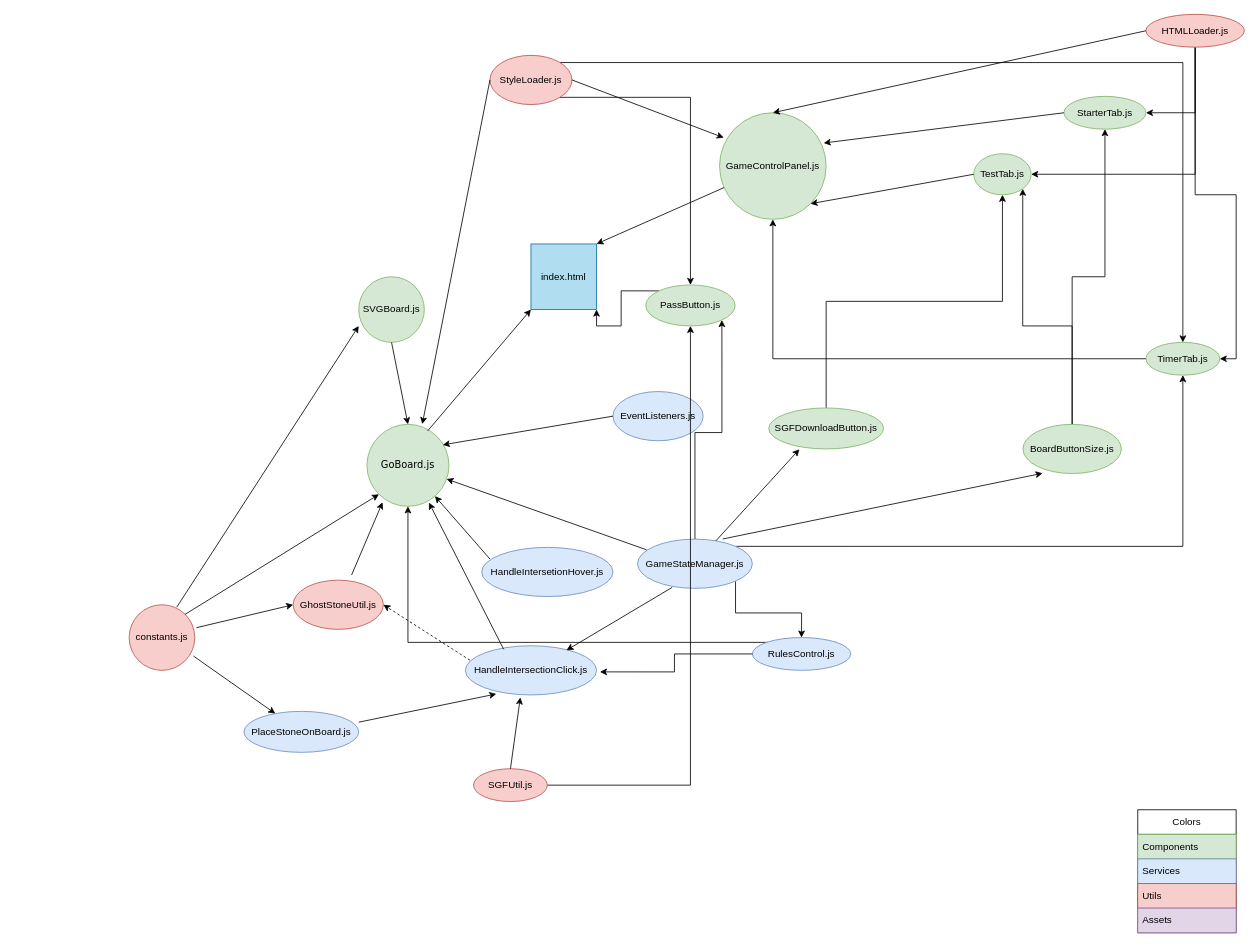
Before: WebGo.drawio in enokiLucas/Diagrams, a draw.io diagram. Source tidied: cells renumbered, new cells numbered last; positions are measured from the earlier drawing's top-left corner, leaving out a move shared by most shapes. Both pictures are drawn from the tidied source at 82%, with x=0, y=0 at pixel (129, 14).
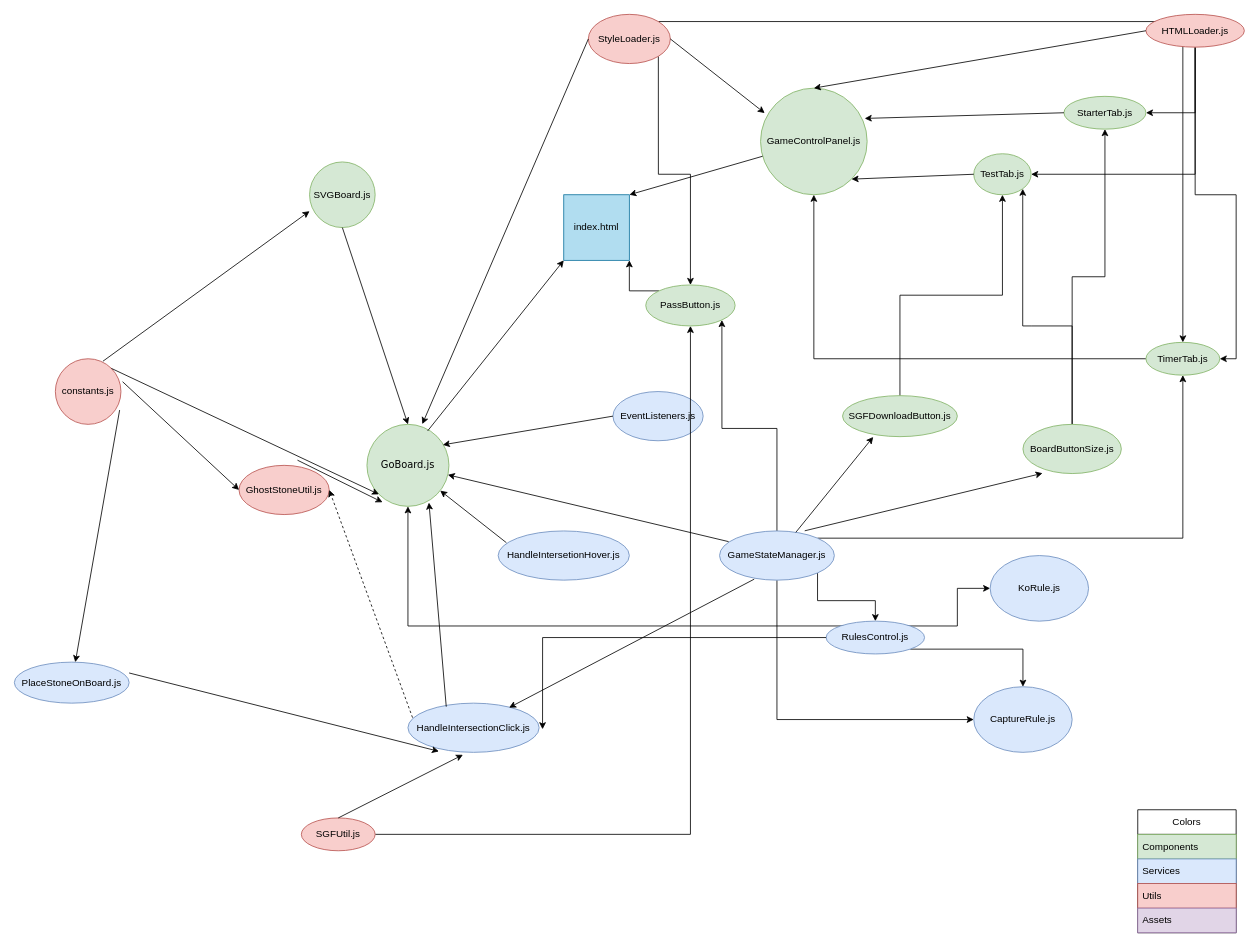
After the change.

Change to the diagram source:
```diff
@@
     <mxCell id="8" value="constants.js" style="ellipse;whiteSpace=wrap;html=1;fillColor=#f8cecc;strokeColor=#b85450;" parent="1" vertex="1">
-      <mxGeometry y="720" width="80" height="80" as="geometry" />
+      <mxGeometry x="-90" y="420" width="80" height="80" as="geometry" />
     </mxCell>
@@
     <mxCell id="10" value="SVGBoard.js" style="ellipse;whiteSpace=wrap;html=1;fillColor=#d5e8d4;strokeColor=#82b366;" parent="1" vertex="1">
-      <mxGeometry x="280" y="320" width="80" height="80" as="geometry" />
+      <mxGeometry x="220" y="180" width="80" height="80" as="geometry" />
     </mxCell>
     <mxCell id="11" value="index.html" style="whiteSpace=wrap;html=1;fillColor=#b1ddf0;strokeColor=#10739e;" parent="1" vertex="1">
-      <mxGeometry x="490" y="280" width="80" height="80" as="geometry" />
+      <mxGeometry x="530" y="220" width="80" height="80" as="geometry" />
     </mxCell>
@@
     <mxCell id="18" value="StyleLoader.js" style="ellipse;whiteSpace=wrap;html=1;fillColor=#f8cecc;strokeColor=#b85450;" parent="1" vertex="1">
-      <mxGeometry x="440" y="50" width="100" height="60" as="geometry" />
+      <mxGeometry x="560" width="100" height="60" as="geometry" />
     </mxCell>
@@
     <mxCell id="22" value="GhostStoneUtil.js" style="ellipse;whiteSpace=wrap;html=1;fillColor=#f8cecc;strokeColor=#b85450;" parent="1" vertex="1">
-      <mxGeometry x="200" y="690" width="110" height="60" as="geometry" />
+      <mxGeometry x="134" y="550" width="110" height="60" as="geometry" />
     </mxCell>
@@
     <mxCell id="24" value="HandleIntersectionClick.js" style="ellipse;whiteSpace=wrap;html=1;fillColor=#dae8fc;strokeColor=#6c8ebf;" parent="1" vertex="1">
-      <mxGeometry x="410" y="770" width="160" height="60" as="geometry" />
+      <mxGeometry x="340" y="840" width="160" height="60" as="geometry" />
     </mxCell>
     <mxCell id="25" value="HandleIntersetionHover.js" style="ellipse;whiteSpace=wrap;html=1;fillColor=#dae8fc;strokeColor=#6c8ebf;" parent="1" vertex="1">
-      <mxGeometry x="430" y="650" width="160" height="60" as="geometry" />
+      <mxGeometry x="450" y="630" width="160" height="60" as="geometry" />
     </mxCell>
@@
+    <mxCell id="67" style="edgeStyle=orthogonalEdgeStyle;rounded=0;jettySize=auto;html=1;exitX=0.5;exitY=1;exitDx=0;exitDy=0;entryX=0;entryY=0.5;entryDx=0;entryDy=0;" parent="1" edge="1" source="31" target="71">
+      <mxGeometry relative="1" as="geometry" />
+    </mxCell>
     <mxCell id="31" value="GameStateManager.js" style="ellipse;whiteSpace=wrap;html=1;fillColor=#dae8fc;strokeColor=#6c8ebf;" parent="1" vertex="1">
-      <mxGeometry x="620" y="640" width="140" height="60" as="geometry" />
+      <mxGeometry x="720" y="630" width="140" height="60" as="geometry" />
     </mxCell>
@@
     <mxCell id="34" value="PlaceStoneOnBoard.js" style="ellipse;whiteSpace=wrap;html=1;fillColor=#dae8fc;strokeColor=#6c8ebf;" parent="1" vertex="1">
-      <mxGeometry x="140" y="850" width="140" height="50" as="geometry" />
+      <mxGeometry x="-140" y="790" width="140" height="50" as="geometry" />
     </mxCell>
@@
     <mxCell id="42" value="SGFUtil.js" style="ellipse;whiteSpace=wrap;html=1;fillColor=#f8cecc;strokeColor=#b85450;" parent="1" vertex="1">
-      <mxGeometry x="420" y="920" width="90" height="40" as="geometry" />
+      <mxGeometry x="210" y="980" width="90" height="40" as="geometry" />
     </mxCell>
@@
     <mxCell id="45" value="SGFDownloadButton.js" style="ellipse;whiteSpace=wrap;html=1;fillColor=#d5e8d4;strokeColor=#82b366;" parent="1" vertex="1">
-      <mxGeometry x="780" y="480" width="140" height="50" as="geometry" />
+      <mxGeometry x="870" y="465" width="140" height="50" as="geometry" />
     </mxCell>
@@
     <mxCell id="48" value="GameControlPanel.js" style="ellipse;whiteSpace=wrap;html=1;fillColor=#d5e8d4;strokeColor=#82b366;" parent="1" vertex="1">
-      <mxGeometry x="720" y="120" width="130" height="130" as="geometry" />
+      <mxGeometry x="770" y="90" width="130" height="130" as="geometry" />
     </mxCell>
@@
+    <mxCell id="68" style="edgeStyle=orthogonalEdgeStyle;rounded=0;jettySize=auto;html=1;exitX=1;exitY=0;exitDx=0;exitDy=0;entryX=0;entryY=0.5;entryDx=0;entryDy=0;" parent="1" edge="1" source="63" target="70">
+      <mxGeometry relative="1" as="geometry" />
+    </mxCell>
+    <mxCell id="69" style="edgeStyle=orthogonalEdgeStyle;rounded=0;jettySize=auto;html=1;exitX=1;exitY=1;exitDx=0;exitDy=0;" parent="1" edge="1" source="63" target="71">
+      <mxGeometry relative="1" as="geometry" />
+    </mxCell>
     <mxCell id="63" value="RulesControl.js" style="ellipse;whiteSpace=wrap;html=1;fillColor=#dae8fc;strokeColor=#6c8ebf;" parent="1" vertex="1">
-      <mxGeometry x="760" y="760" width="120" height="40" as="geometry" />
+      <mxGeometry x="850" y="740" width="120" height="40" as="geometry" />
     </mxCell>
@@
+    <mxCell id="70" value="KoRule.js" style="ellipse;whiteSpace=wrap;html=1;fillColor=#dae8fc;strokeColor=#6c8ebf;" parent="1" vertex="1">
+      <mxGeometry x="1050" y="660" width="120" height="80" as="geometry" />
+    </mxCell>
+    <mxCell id="71" value="CaptureRule.js" style="ellipse;whiteSpace=wrap;html=1;fillColor=#dae8fc;strokeColor=#6c8ebf;" parent="1" vertex="1">
+      <mxGeometry x="1030" y="820" width="120" height="80" as="geometry" />
+    </mxCell>
```
